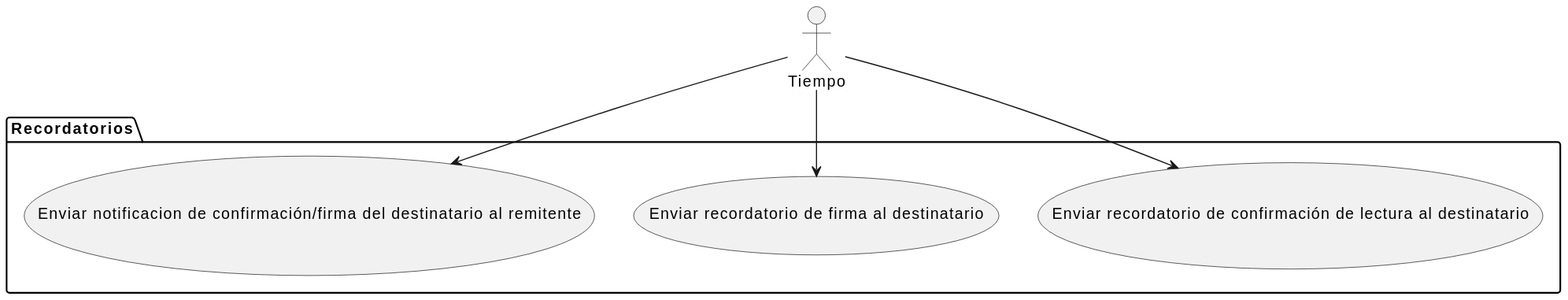
This is docs/casosDeUso/diagramaCasosDeUso/tiempo/manejoNotificaciones/manejoNotificaciones.svg from mmasias/24-25-IdSw1-SDR, a PlantUML export, as it was before one commit.
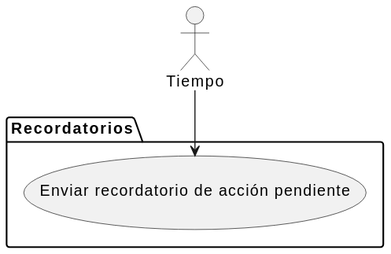
After the commit.

Commit message:
FIX/ actualizar diagrama de manejo de notificaciones reduciendolo a un solo caso de uso que engloba todo

Diff of the diagram source:
```diff
@@ -2,12 +2,8 @@
 actor "Tiempo" as Tiempo
 
 package "Recordatorios" {
-    usecase "Enviar recordatorio de confirmación de lectura al destinatario" as R1
-    usecase "Enviar recordatorio de firma al destinatario" as R2
-    usecase "Enviar notificacion de confirmación/firma del destinatario al remitente" as R3
+    usecase "Enviar recordatorio de acción pendiente" as R1
 }
 
 Tiempo --> R1
-Tiempo --> R2
-Tiempo --> R3
 @enduml
```
